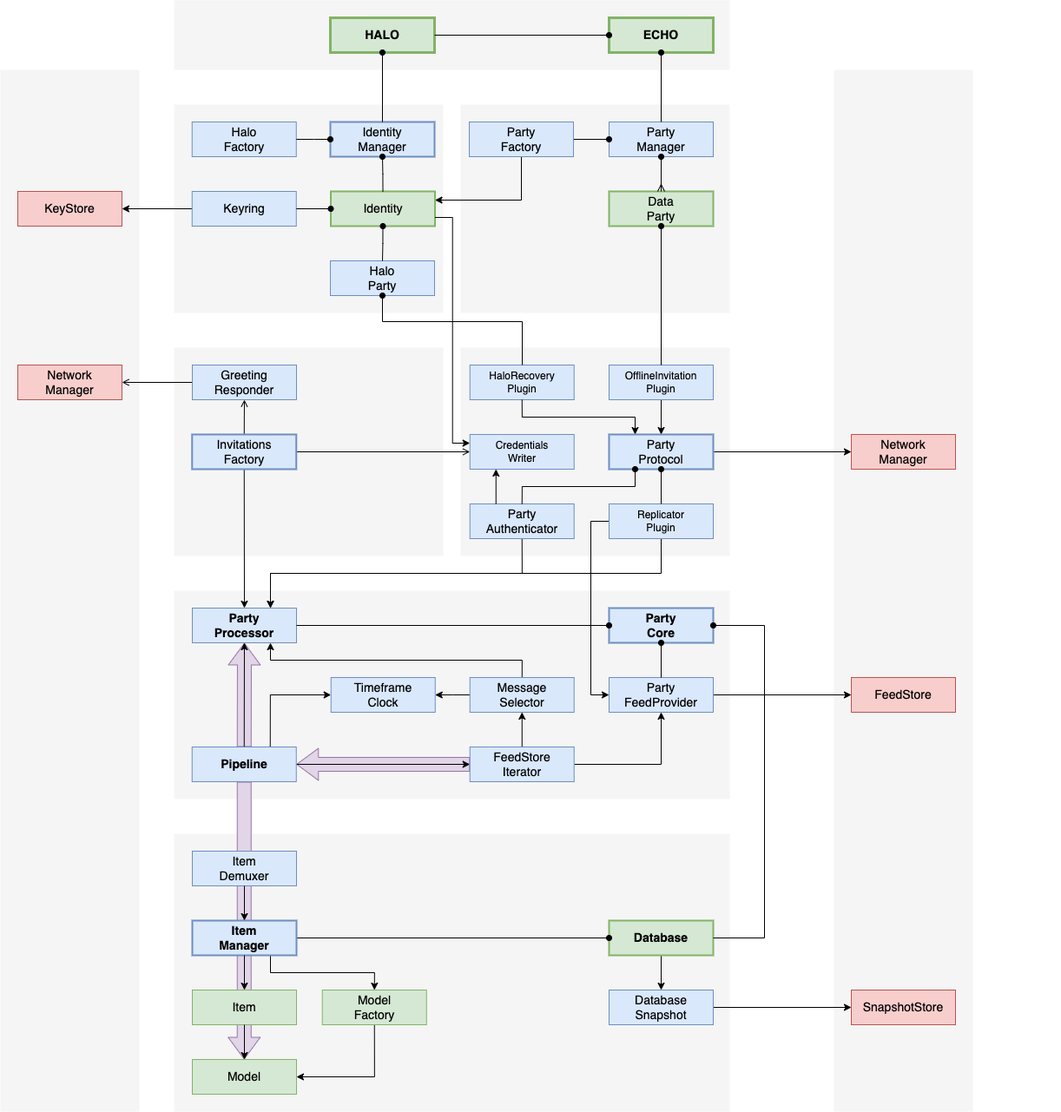
This is docs/design/diagrams/echo-architecture.drawio.png from dxos/dxos, a draw.io export, as it was before one commit. Source tidied: cells renumbered, new cells last; positions are measured from the earlier drawing's top-left corner, leaving out a move shared by most shapes.
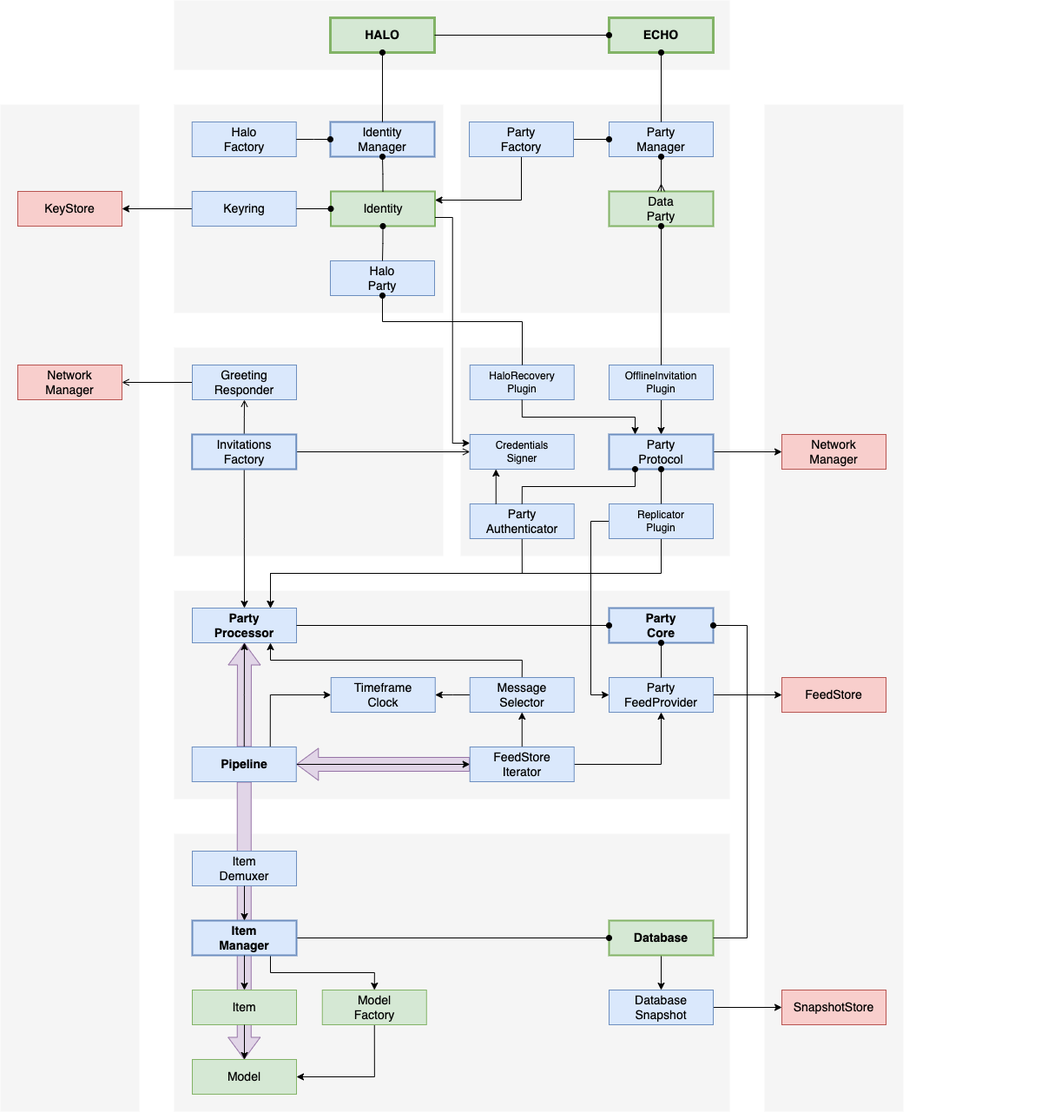
After the change.

Diff of the diagram source:
```diff
@@ -6,7 +6,7 @@
       <mxGeometry x="200" width="640" height="80" as="geometry" />
     </mxCell>
     <mxCell id="3" style="rounded=0;whiteSpace=wrap;html=1;fontSize=14;fontFamily=Helvetica;fontStyle=0;fillColor=#f5f5f5;dashed=1;fontColor=#333333;strokeColor=none;" parent="1" vertex="1">
-      <mxGeometry y="80" width="160" height="1200" as="geometry" />
+      <mxGeometry y="120" width="160" height="1160" as="geometry" />
     </mxCell>
     <mxCell id="4" style="rounded=0;whiteSpace=wrap;html=1;fontSize=14;fontFamily=Helvetica;fontStyle=0;fillColor=#f5f5f5;dashed=1;fontColor=#333333;strokeColor=none;" parent="1" vertex="1">
       <mxGeometry x="200" y="400" width="310" height="240" as="geometry" />
@@ -21,7 +21,7 @@
       <mxGeometry x="530" y="400" width="310" height="240" as="geometry" />
     </mxCell>
     <mxCell id="8" style="rounded=0;whiteSpace=wrap;html=1;fontSize=14;fontFamily=Helvetica;fontStyle=0;fillColor=#f5f5f5;dashed=1;fontColor=#333333;strokeColor=none;" parent="1" vertex="1">
-      <mxGeometry x="960" y="80" width="160" height="1200" as="geometry" />
+      <mxGeometry x="880" y="120" width="160" height="1160" as="geometry" />
     </mxCell>
     <mxCell id="9" style="rounded=0;whiteSpace=wrap;html=1;fontSize=14;fontFamily=Helvetica;fontStyle=0;fillColor=#f5f5f5;dashed=1;fontColor=#333333;strokeColor=none;" parent="1" vertex="1">
       <mxGeometry x="200" y="960" width="640" height="320" as="geometry" />
@@ -54,7 +54,7 @@
       <mxGeometry x="370.8" y="1140" width="120" height="40" as="geometry" />
     </mxCell>
     <mxCell id="19" value="Network&lt;br&gt;Manager" style="rounded=0;whiteSpace=wrap;html=1;fontSize=14;fontFamily=Helvetica;fillColor=#f8cecc;strokeColor=#b85450;fontStyle=0;strokeWidth=1;" parent="1" vertex="1">
-      <mxGeometry x="980" y="500" width="120" height="40" as="geometry" />
+      <mxGeometry x="900" y="500" width="120" height="40" as="geometry" />
     </mxCell>
     <mxCell id="20" style="edgeStyle=orthogonalEdgeStyle;rounded=0;jettySize=auto;html=1;exitX=0.5;exitY=0;exitDx=0;exitDy=0;endArrow=classic;" parent="1" edge="1" source="64" target="65">
       <mxGeometry relative="1" as="geometry" />
@@ -91,7 +91,7 @@
       <mxGeometry x="380" y="300" width="120" height="40" as="geometry" />
     </mxCell>
     <mxCell id="28" value="FeedStore" style="rounded=0;whiteSpace=wrap;html=1;fontSize=14;fontFamily=Helvetica;fillColor=#f8cecc;strokeColor=#b85450;fontStyle=0;strokeWidth=1;" parent="1" vertex="1">
-      <mxGeometry x="980" y="780" width="120" height="40" as="geometry" />
+      <mxGeometry x="900" y="780" width="120" height="40" as="geometry" />
     </mxCell>
     <mxCell id="29" style="edgeStyle=orthogonalEdgeStyle;rounded=0;html=1;exitX=0;exitY=0.5;exitDx=0;exitDy=0;entryX=1;entryY=0.5;entryDx=0;entryDy=0;fontSize=14;startArrow=none;startFill=0;endArrow=classic;endFill=1;" parent="1" edge="1" source="30" target="87">
       <mxGeometry relative="1" as="geometry" />
@@ -204,8 +204,8 @@
     <mxCell id="62" style="edgeStyle=orthogonalEdgeStyle;rounded=0;jettySize=auto;html=1;endArrow=oval;endFill=1;" parent="1" edge="1" source="23" target="58">
       <mxGeometry relative="1" as="geometry">
         <Array as="points">
-          <mxPoint x="880" y="1080" />
-          <mxPoint x="880" y="720" />
+          <mxPoint x="860" y="1080" />
+          <mxPoint x="860" y="720" />
         </Array>
       </mxGeometry>
     </mxCell>
@@ -263,7 +263,7 @@
     <mxCell id="80" style="edgeStyle=none;html=1;exitX=0.5;exitY=1;exitDx=0;exitDy=0;entryX=0.5;entryY=0;entryDx=0;entryDy=0;startArrow=oval;startFill=1;endArrow=none;endFill=0;" parent="1" edge="1" source="43" target="16">
       <mxGeometry relative="1" as="geometry" />
     </mxCell>
-    <mxCell id="81" value="Credentials&lt;br&gt;Writer" style="rounded=0;whiteSpace=wrap;html=1;fontSize=12;fontFamily=Helvetica;fillColor=#dae8fc;strokeColor=#6c8ebf;fontStyle=0;strokeWidth=1;" parent="1" vertex="1">
+    <mxCell id="81" value="Credentials&lt;br&gt;Signer" style="rounded=0;whiteSpace=wrap;html=1;fontSize=12;fontFamily=Helvetica;fillColor=#dae8fc;strokeColor=#6c8ebf;fontStyle=0;strokeWidth=1;" parent="1" vertex="1">
       <mxGeometry x="540.8" y="500" width="120" height="40" as="geometry" />
     </mxCell>
     <mxCell id="82" style="edgeStyle=orthogonalEdgeStyle;rounded=0;html=1;entryX=1;entryY=0.75;entryDx=0;entryDy=0;fontSize=14;startArrow=classic;startFill=1;endArrow=none;endFill=0;exitX=0;exitY=0.25;exitDx=0;exitDy=0;" parent="1" edge="1" source="81" target="67">
@@ -279,7 +279,7 @@
       <mxGeometry relative="1" as="geometry" />
     </mxCell>
     <mxCell id="86" value="SnapshotStore" style="rounded=0;whiteSpace=wrap;html=1;fontSize=14;fontFamily=Helvetica;fillColor=#f8cecc;strokeColor=#b85450;fontStyle=0;strokeWidth=1;" parent="1" vertex="1">
-      <mxGeometry x="980" y="1140" width="120" height="40" as="geometry" />
+      <mxGeometry x="900" y="1140" width="120" height="40" as="geometry" />
     </mxCell>
     <mxCell id="87" value="KeyStore" style="rounded=0;whiteSpace=wrap;html=1;fontSize=14;fontFamily=Helvetica;fillColor=#f8cecc;strokeColor=#b85450;fontStyle=0;strokeWidth=1;" parent="1" vertex="1">
       <mxGeometry x="20" y="220" width="120" height="40" as="geometry" />
```
